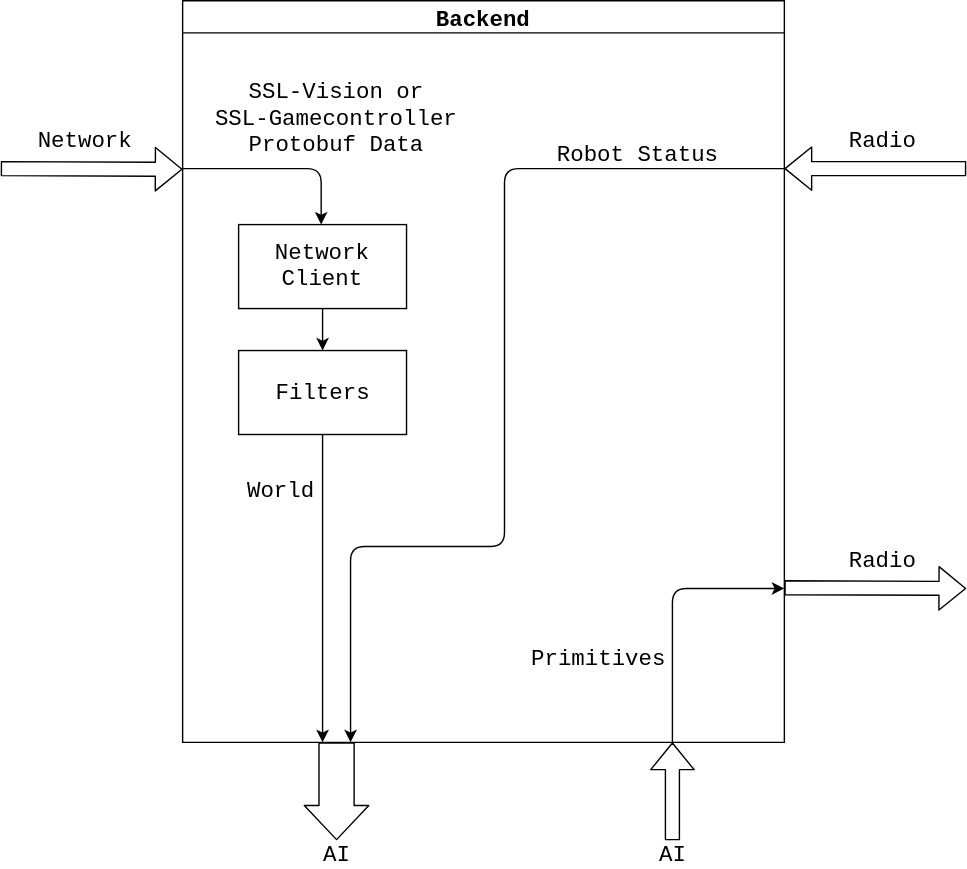
The draw.io diagram docs/images/backend_diagram.svg in UBC-Thunderbots/Software, before a commit. Source tidied: cells renumbered, new cells last; positions are measured from the earlier drawing's top-left corner, leaving out a move shared by most shapes.
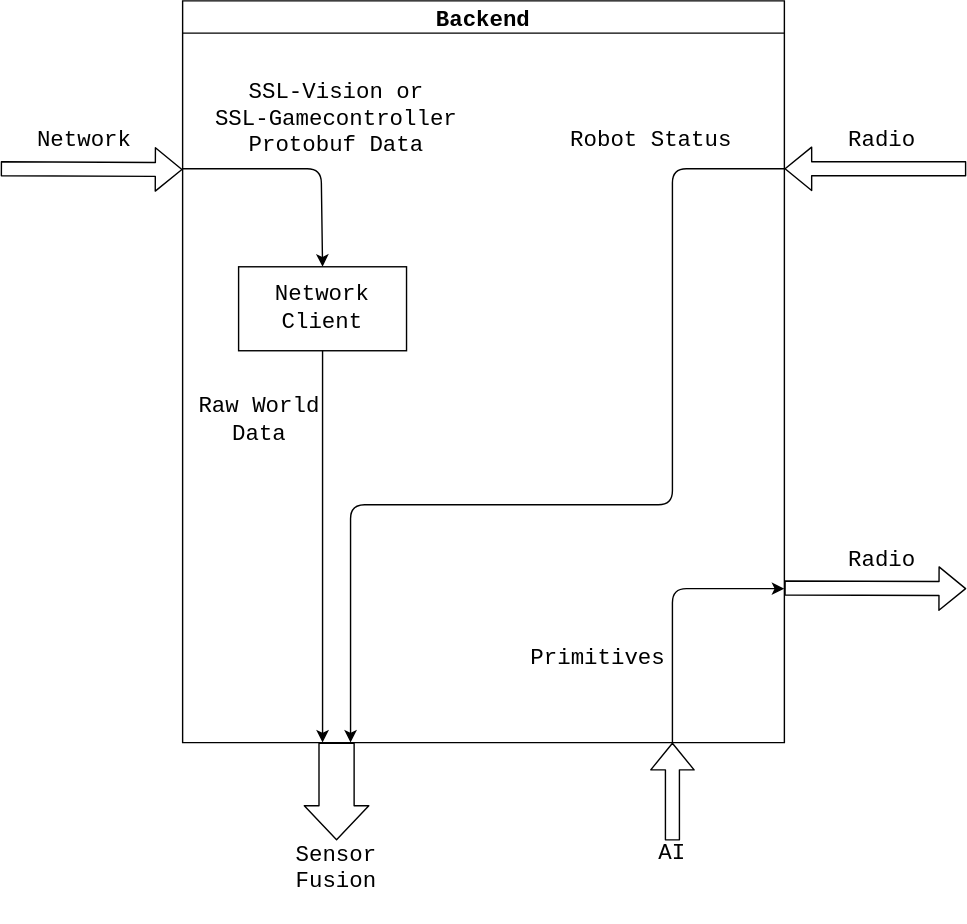
Later version of the same file.

Commit message:
Removed filters and replaced with sensor fusion

Diff of the diagram source:
```diff
@@ -5,19 +5,12 @@
     <mxCell id="2" value="Backend" style="swimlane;fontFamily=Courier New;fontSize=16;" parent="1" vertex="1">
       <mxGeometry x="130" width="430" height="530" as="geometry" />
     </mxCell>
-    <mxCell id="3" style="edgeStyle=orthogonalEdgeStyle;rounded=0;jettySize=auto;html=1;entryX=0.5;entryY=0;entryDx=0;entryDy=0;fontFamily=Courier New;fontSize=16;" parent="2" edge="1" source="4" target="5">
-      <mxGeometry relative="1" as="geometry" />
-    </mxCell>
     <mxCell id="4" value="Network Client" style="rounded=0;whiteSpace=wrap;html=1;fontFamily=Courier New;fontSize=16;" parent="2" vertex="1">
-      <mxGeometry x="40" y="160" width="120" height="60" as="geometry" />
+      <mxGeometry x="40" y="190" width="120" height="60" as="geometry" />
     </mxCell>
-    <mxCell id="5" value="Filters" style="rounded=0;whiteSpace=wrap;html=1;fontFamily=Courier New;fontSize=16;" parent="2" vertex="1">
-      <mxGeometry x="40" y="250" width="120" height="60" as="geometry" />
-    </mxCell>
-    <mxCell id="6" style="endArrow=classic;html=1;fontFamily=Courier New;fontSize=16;" parent="2" edge="1">
+    <mxCell id="6" style="endArrow=classic;html=1;fontFamily=Courier New;fontSize=16;entryX=0.5;entryY=0;entryDx=0;entryDy=0;" parent="2" edge="1" target="4">
       <mxGeometry relative="1" as="geometry">
         <mxPoint y="120" as="sourcePoint" />
-        <mxPoint x="99" y="160" as="targetPoint" />
         <Array as="points">
           <mxPoint x="99" y="120" />
         </Array>
@@ -31,17 +24,17 @@
         <mxPoint x="430" y="120" as="sourcePoint" />
         <mxPoint x="120" y="530" as="targetPoint" />
         <Array as="points">
-          <mxPoint x="230" y="120" />
-          <mxPoint x="230" y="390" />
-          <mxPoint x="120" y="390" />
+          <mxPoint x="350" y="120" />
+          <mxPoint x="350" y="360" />
+          <mxPoint x="120" y="360" />
         </Array>
       </mxGeometry>
     </mxCell>
-    <mxCell id="9" value="World" style="text;html=1;strokeColor=none;fillColor=none;align=center;verticalAlign=middle;whiteSpace=wrap;rounded=0;fontFamily=Courier New;fontSize=16;" parent="2" vertex="1">
-      <mxGeometry x="50" y="340" width="40" height="20" as="geometry" />
+    <mxCell id="9" value="Raw World Data" style="text;html=1;strokeColor=none;fillColor=none;align=center;verticalAlign=middle;whiteSpace=wrap;rounded=0;fontFamily=Courier New;fontSize=16;" parent="2" vertex="1">
+      <mxGeometry x="10" y="290" width="90" height="20" as="geometry" />
     </mxCell>
     <mxCell id="10" value="Robot Status" style="text;html=1;strokeColor=none;fillColor=none;align=center;verticalAlign=middle;whiteSpace=wrap;rounded=0;fontFamily=Courier New;fontSize=16;" parent="2" vertex="1">
-      <mxGeometry x="240" y="100" width="170" height="20" as="geometry" />
+      <mxGeometry x="250" y="90" width="170" height="20" as="geometry" />
     </mxCell>
     <mxCell id="11" style="endArrow=classic;html=1;fontFamily=Courier New;fontSize=16;" parent="2" edge="1">
       <mxGeometry relative="1" as="geometry">
@@ -88,21 +81,21 @@
         <mxPoint x="240" y="600" as="targetPoint" />
       </mxGeometry>
     </mxCell>
-    <mxCell id="20" value="AI" style="text;html=1;strokeColor=none;fillColor=none;align=center;verticalAlign=middle;whiteSpace=wrap;rounded=0;fontFamily=Courier New;fontSize=16;" parent="1" vertex="1">
-      <mxGeometry x="220" y="600" width="40" height="20" as="geometry" />
+    <mxCell id="20" value="&lt;div&gt;Sensor Fusion&lt;/div&gt;&lt;div&gt;&lt;br&gt;&lt;/div&gt;" style="text;html=1;strokeColor=none;fillColor=none;align=center;verticalAlign=middle;whiteSpace=wrap;rounded=0;fontFamily=Courier New;fontSize=16;" parent="1" vertex="1">
+      <mxGeometry x="220" y="620" width="40" height="20" as="geometry" />
     </mxCell>
     <mxCell id="21" style="shape=flexArrow;endArrow=classic;html=1;fontFamily=Courier New;fontSize=16;exitX=0.5;exitY=0;exitDx=0;exitDy=0;" parent="1" edge="1" source="23">
       <mxGeometry relative="1" as="geometry">
         <mxPoint x="480" y="530" as="targetPoint" />
       </mxGeometry>
     </mxCell>
-    <mxCell id="22" style="edgeStyle=orthogonalEdgeStyle;rounded=0;jettySize=auto;html=1;fontFamily=Courier New;fontSize=16;" parent="1" edge="1" source="5">
-      <mxGeometry relative="1" as="geometry">
-        <mxPoint x="230" y="530" as="targetPoint" />
-      </mxGeometry>
-    </mxCell>
     <mxCell id="23" value="AI" style="text;html=1;strokeColor=none;fillColor=none;align=center;verticalAlign=middle;whiteSpace=wrap;rounded=0;fontFamily=Courier New;fontSize=16;" parent="1" vertex="1">
       <mxGeometry x="460" y="600" width="40" height="20" as="geometry" />
     </mxCell>
+    <mxCell id="24" style="edgeStyle=orthogonalEdgeStyle;rounded=0;jettySize=auto;html=1;" parent="1" edge="1" source="4">
+      <mxGeometry relative="1" as="geometry">
+        <mxPoint x="230" y="530" as="targetPoint" />
+      </mxGeometry>
+    </mxCell>
   </root>
 </mxGraphModel>
```
